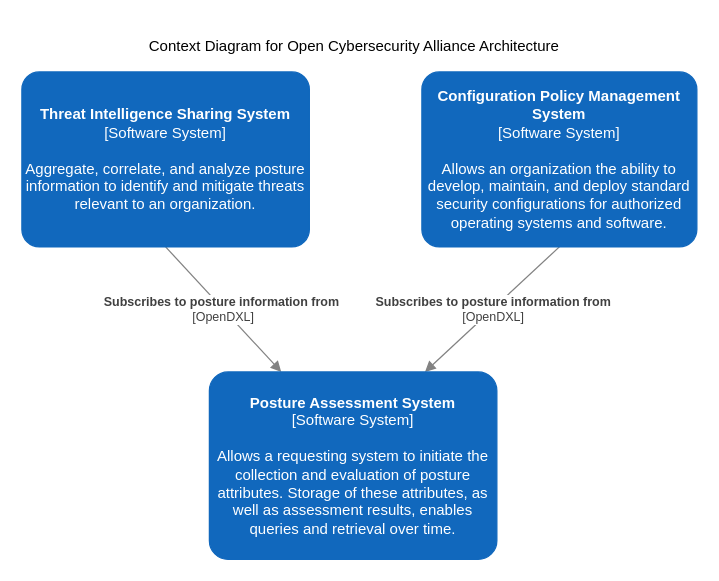
This is Architecture Documents/scap-context.drawio from opencybersecurityalliance/documentation, a draw.io file, before an edit. Source tidied: cells renumbered, new cells numbered last; positions are measured from the earlier drawing's top-left corner, leaving out a move shared by most shapes. Both pictures are drawn from the tidied source at 125%, with x=0, y=0 at pixel (21, 21).
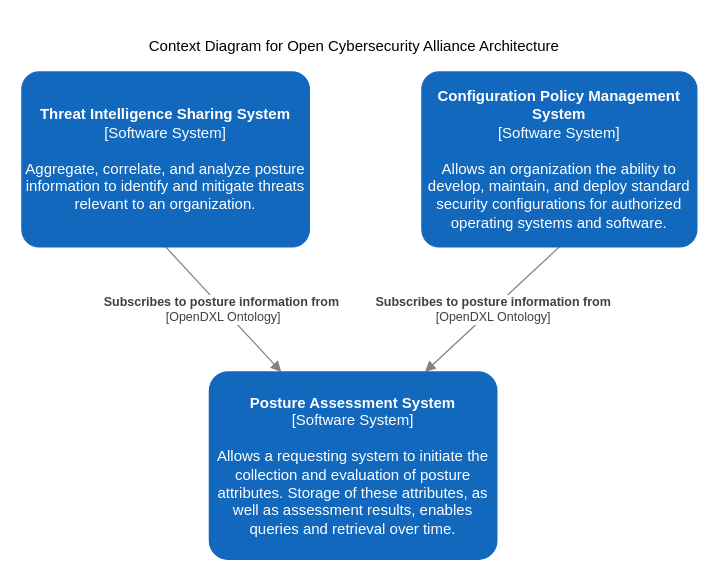
After the change.

Commit message (it also covers changes not shown here):
OpenDXL to OpenDXL Ontology

Diff of the diagram source:
```diff
@@
 <mxGraphModel>
   <root>
     <mxCell id="0" />
     <mxCell id="1" parent="0" />
-    <mxCell id="2" value="&lt;span style=&quot;font-size: 10px&quot;&gt;&lt;b&gt;Subscribes to posture information from&amp;nbsp;&lt;br&gt;&lt;/b&gt;[OpenDXL]&lt;br&gt;&lt;/span&gt;" style="endArrow=block;html=1;fontSize=10;fontColor=#404040;strokeWidth=1;endFill=1;strokeColor=#828282;elbow=vertical;exitX=0.5;exitY=1;exitDx=0;exitDy=0;exitPerimeter=0;entryX=0.25;entryY=0;entryDx=0;entryDy=0;entryPerimeter=0;" parent="1" edge="1" source="5" target="6">
+    <mxCell id="2" value="&lt;span style=&quot;font-size: 10px&quot;&gt;&lt;b&gt;Subscribes to posture information from&amp;nbsp;&lt;br&gt;&lt;/b&gt;[OpenDXL Ontology]&lt;br&gt;&lt;/span&gt;" style="endArrow=block;html=1;fontSize=10;fontColor=#404040;strokeWidth=1;endFill=1;strokeColor=#828282;elbow=vertical;exitX=0.5;exitY=1;exitDx=0;exitDy=0;exitPerimeter=0;entryX=0.25;entryY=0;entryDx=0;entryDy=0;entryPerimeter=0;" parent="1" edge="1" source="5" target="6">
       <mxGeometry relative="1" as="geometry" />
     </mxCell>
-    <mxCell id="3" value="&lt;span style=&quot;font-size: 10px&quot;&gt;&lt;b&gt;Subscribes to posture information from&lt;br&gt;&lt;/b&gt;&lt;/span&gt;[OpenDXL]&lt;span style=&quot;font-size: 10px&quot;&gt;&lt;br&gt;&lt;/span&gt;" style="endArrow=block;html=1;fontSize=10;fontColor=#404040;strokeWidth=1;endFill=1;strokeColor=#828282;elbow=vertical;entryX=0.75;entryY=0;entryDx=0;entryDy=0;entryPerimeter=0;exitX=0.5;exitY=1;exitDx=0;exitDy=0;exitPerimeter=0;" parent="1" edge="1" source="7" target="6">
+    <mxCell id="3" value="&lt;span style=&quot;font-size: 10px&quot;&gt;&lt;b&gt;Subscribes to posture information from&lt;br&gt;&lt;/b&gt;&lt;/span&gt;[OpenDXL Ontology]&lt;span style=&quot;font-size: 10px&quot;&gt;&lt;br&gt;&lt;/span&gt;" style="endArrow=block;html=1;fontSize=10;fontColor=#404040;strokeWidth=1;endFill=1;strokeColor=#828282;elbow=vertical;entryX=0.75;entryY=0;entryDx=0;entryDy=0;entryPerimeter=0;exitX=0.5;exitY=1;exitDx=0;exitDy=0;exitPerimeter=0;" parent="1" edge="1" source="7" target="6">
       <mxGeometry relative="1" as="geometry" />
     </mxCell>
     <mxCell id="4" value="Context &lt;span style=&quot;text-align: center&quot;&gt;Diagram for Open Cybersecurity Alliance Architecture&lt;/span&gt;" style="text;html=1;strokeColor=none;fillColor=none;align=left;verticalAlign=middle;whiteSpace=wrap;rounded=0;" parent="1" vertex="1">
       <mxGeometry x="100" width="360" height="40" as="geometry" />
     </mxCell>
     <object id="5" label="&lt;b&gt;%c4Name%&lt;/b&gt;&lt;div&gt;[%c4Type%]&lt;/div&gt;&lt;br&gt;&lt;div&gt;%c4Description%&lt;/div&gt;" c4Description="Aggregate, correlate, and analyze posture information to identify and mitigate threats relevant to an organization." c4Name="Threat Intelligence Sharing System" c4Type="Software System" placeholders="1">
       <mxCell style="rounded=1;whiteSpace=wrap;html=1;labelBackgroundColor=none;fillColor=#1168BD;fontColor=#ffffff;align=center;arcSize=10;strokeColor=#1168BD;metaData={&quot;c4Type&quot;:{&quot;editable&quot;:false}};points=[[0.25,0,0],[0.5,0,0],[0.75,0,0],[1,0.25,0],[1,0.5,0],[1,0.75,0],[0.75,1,0],[0.5,1,0],[0.25,1,0],[0,0.75,0],[0,0.5,0],[0,0.25,0]];" parent="1" vertex="1">
         <mxGeometry y="40" width="230" height="140" as="geometry" />
       </mxCell>
     </object>
     <object id="6" label="&lt;b&gt;%c4Name%&lt;/b&gt;&lt;div&gt;[%c4Type%]&lt;/div&gt;&lt;br&gt;&lt;div&gt;%c4Description%&lt;/div&gt;" c4Description="Allows a requesting system to initiate the collection and evaluation of posture attributes. Storage of these attributes, as well as assessment results, enables queries and retrieval over time." c4Name="Posture Assessment System" c4Type="Software System" placeholders="1">
       <mxCell style="rounded=1;whiteSpace=wrap;html=1;labelBackgroundColor=none;fillColor=#1168BD;fontColor=#ffffff;align=center;arcSize=10;strokeColor=#1168BD;metaData={&quot;c4Type&quot;:{&quot;editable&quot;:false}};points=[[0.25,0,0],[0.5,0,0],[0.75,0,0],[1,0.25,0],[1,0.5,0],[1,0.75,0],[0.75,1,0],[0.5,1,0],[0.25,1,0],[0,0.75,0],[0,0.5,0],[0,0.25,0]];" parent="1" vertex="1">
         <mxGeometry x="150" y="280" width="230" height="150" as="geometry" />
       </mxCell>
     </object>
     <object id="7" label="&lt;b&gt;%c4Name%&lt;/b&gt;&lt;div&gt;[%c4Type%]&lt;/div&gt;&lt;br&gt;&lt;div&gt;%c4Description%&lt;/div&gt;" c4Description="Allows an organization the ability to develop, maintain, and deploy standard security configurations for authorized operating systems and software." c4Name="Configuration Policy Management System" c4Type="Software System" placeholders="1">
       <mxCell style="rounded=1;whiteSpace=wrap;html=1;labelBackgroundColor=none;fillColor=#1168BD;fontColor=#ffffff;align=center;arcSize=10;strokeColor=#1168BD;metaData={&quot;c4Type&quot;:{&quot;editable&quot;:false}};points=[[0.25,0,0],[0.5,0,0],[0.75,0,0],[1,0.25,0],[1,0.5,0],[1,0.75,0],[0.75,1,0],[0.5,1,0],[0.25,1,0],[0,0.75,0],[0,0.5,0],[0,0.25,0]];" parent="1" vertex="1">
         <mxGeometry x="320" y="40" width="220" height="140" as="geometry" />
       </mxCell>
     </object>
   </root>
 </mxGraphModel>
```
